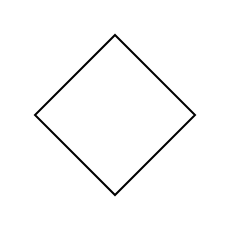
The draw.io diagram roadmap.drawio in NNorsha/the-night-who-is-knocking-the-door, before the edit. Source tidied: cells renumbered, new cells numbered last; positions are measured from the earlier drawing's top-left corner, leaving out a move shared by most shapes. Both pictures are drawn from the tidied source at 200%, with x=0, y=0 at pixel (34, 34).
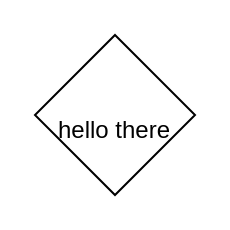
The same page after the edit.

Change to the diagram source:
```diff
@@
 <mxGraphModel>
   <root>
     <mxCell id="0" />
     <mxCell id="1" parent="0" />
-    <mxCell id="2" style="rhombus;whiteSpace=wrap;html=1;shapeInside=1;" parent="1" vertex="1">
+    <mxCell id="2" value="&lt;div&gt;&lt;br&gt;&lt;/div&gt;&lt;div&gt;hello there&lt;/div&gt;" style="rhombus;whiteSpace=wrap;html=1;shapeInside=1;" parent="1" vertex="1">
       <mxGeometry width="80" height="80" as="geometry" />
     </mxCell>
   </root>
 </mxGraphModel>
```
